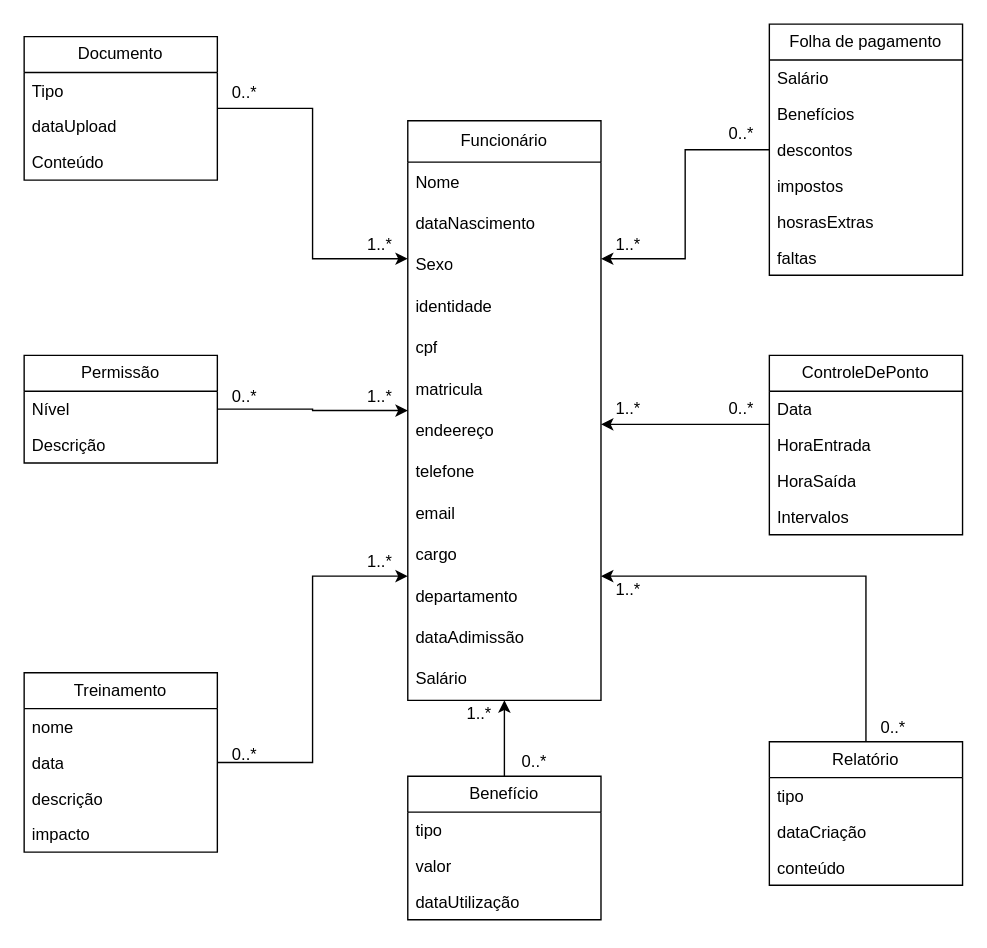
This is Diagrama sem nome.drawio from Fernandoenq/Beecrowd, a draw.io file, before an edit. Source tidied: cells renumbered, new cells numbered last; positions are measured from the earlier drawing's top-left corner, leaving out a move shared by most shapes. Both pictures are drawn from the tidied source at 138%, with x=0, y=0 at pixel (23, 23).
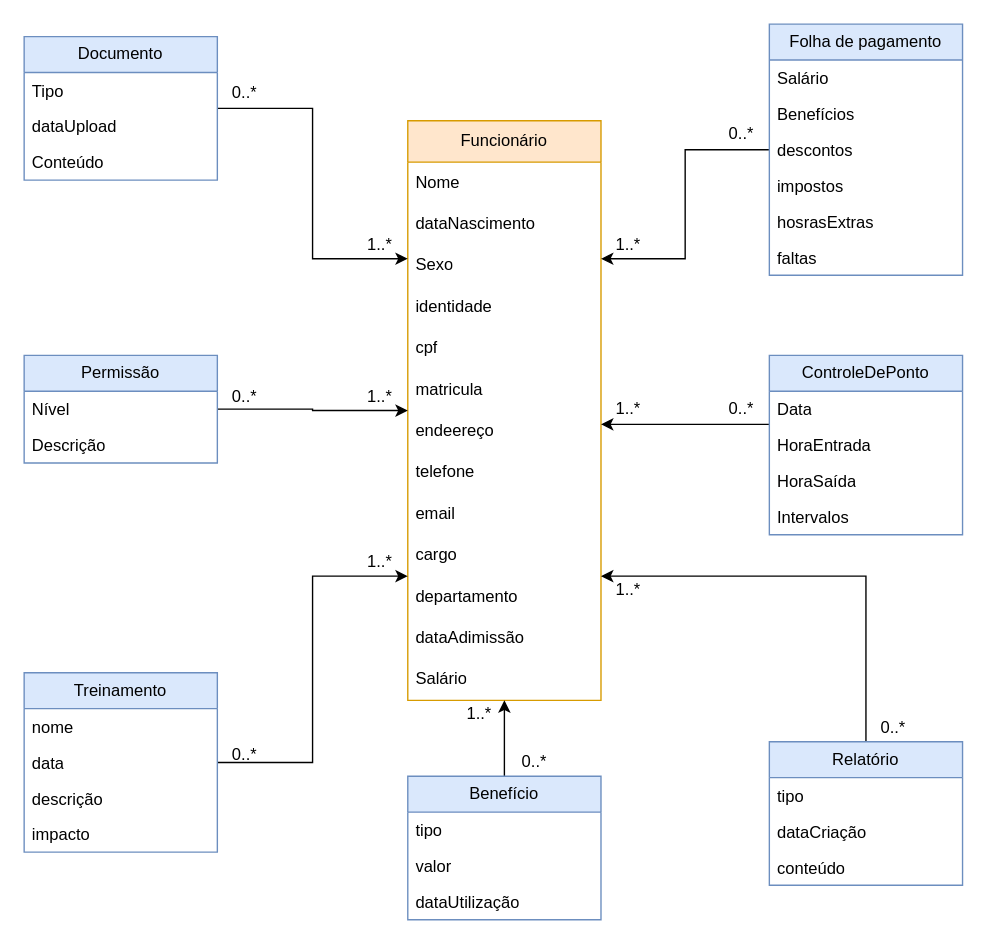
The same diagram, later.

Commit message:
diagrama 1 parte

What changed in the source:
```diff
@@
-    <mxCell id="2" value="Funcionário" style="swimlane;fontStyle=0;horizontal=1;startSize=30;whiteSpace=wrap;html=1;" parent="1" vertex="1">
+    <mxCell id="2" value="Funcionário" style="swimlane;fontStyle=0;horizontal=1;startSize=30;whiteSpace=wrap;html=1;fillColor=#ffe6cc;strokeColor=#d79b00;" parent="1" vertex="1">
       <mxGeometry x="278" y="70" width="140" height="420" as="geometry" />
     </mxCell>
@@
-    <mxCell id="17" value="Documento" style="swimlane;fontStyle=0;horizontal=1;startSize=26;fillColor=none;whiteSpace=wrap;html=1;" parent="1" vertex="1">
+    <mxCell id="17" value="Documento" style="swimlane;fontStyle=0;horizontal=1;startSize=26;fillColor=#dae8fc;whiteSpace=wrap;html=1;strokeColor=#6c8ebf;" parent="1" vertex="1">
       <mxGeometry y="9" width="140" height="104" as="geometry" />
     </mxCell>
@@
-    <mxCell id="22" value="Permissão" style="swimlane;fontStyle=0;horizontal=1;startSize=26;fillColor=none;whiteSpace=wrap;html=1;" parent="1" vertex="1">
+    <mxCell id="22" value="Permissão" style="swimlane;fontStyle=0;horizontal=1;startSize=26;fillColor=#dae8fc;whiteSpace=wrap;html=1;strokeColor=#6c8ebf;" parent="1" vertex="1">
       <mxGeometry y="240" width="140" height="78" as="geometry" />
     </mxCell>
@@
-    <mxCell id="26" value="Folha de pagamento" style="swimlane;fontStyle=0;horizontal=1;startSize=26;fillColor=none;whiteSpace=wrap;html=1;" parent="1" vertex="1">
+    <mxCell id="26" value="Folha de pagamento" style="swimlane;fontStyle=0;horizontal=1;startSize=26;fillColor=#dae8fc;whiteSpace=wrap;html=1;strokeColor=#6c8ebf;" parent="1" vertex="1">
       <mxGeometry x="540" width="140" height="182" as="geometry" />
     </mxCell>
@@
-    <mxCell id="34" value="ControleDePonto" style="swimlane;fontStyle=0;horizontal=1;startSize=26;fillColor=none;whiteSpace=wrap;html=1;" parent="1" vertex="1">
+    <mxCell id="34" value="ControleDePonto" style="swimlane;fontStyle=0;horizontal=1;startSize=26;fillColor=#dae8fc;whiteSpace=wrap;html=1;strokeColor=#6c8ebf;" parent="1" vertex="1">
       <mxGeometry x="540" y="240" width="140" height="130" as="geometry" />
     </mxCell>
@@
-    <mxCell id="40" value="Benefício" style="swimlane;fontStyle=0;horizontal=1;startSize=26;fillColor=none;whiteSpace=wrap;html=1;" parent="1" vertex="1">
+    <mxCell id="40" value="Benefício" style="swimlane;fontStyle=0;horizontal=1;startSize=26;fillColor=#dae8fc;whiteSpace=wrap;html=1;strokeColor=#6c8ebf;" parent="1" vertex="1">
       <mxGeometry x="278" y="545" width="140" height="104" as="geometry" />
     </mxCell>
@@
-    <mxCell id="45" value="Treinamento" style="swimlane;fontStyle=0;horizontal=1;startSize=26;fillColor=none;whiteSpace=wrap;html=1;" parent="1" vertex="1">
+    <mxCell id="45" value="Treinamento" style="swimlane;fontStyle=0;horizontal=1;startSize=26;fillColor=#dae8fc;whiteSpace=wrap;html=1;strokeColor=#6c8ebf;" parent="1" vertex="1">
       <mxGeometry y="470" width="140" height="130" as="geometry" />
     </mxCell>
@@
-    <mxCell id="51" value="Relatório" style="swimlane;fontStyle=0;horizontal=1;startSize=26;fillColor=none;whiteSpace=wrap;html=1;" parent="1" vertex="1">
+    <mxCell id="51" value="Relatório" style="swimlane;fontStyle=0;horizontal=1;startSize=26;fillColor=#dae8fc;whiteSpace=wrap;html=1;strokeColor=#6c8ebf;" parent="1" vertex="1">
       <mxGeometry x="540" y="520" width="140" height="104" as="geometry" />
     </mxCell>
```
